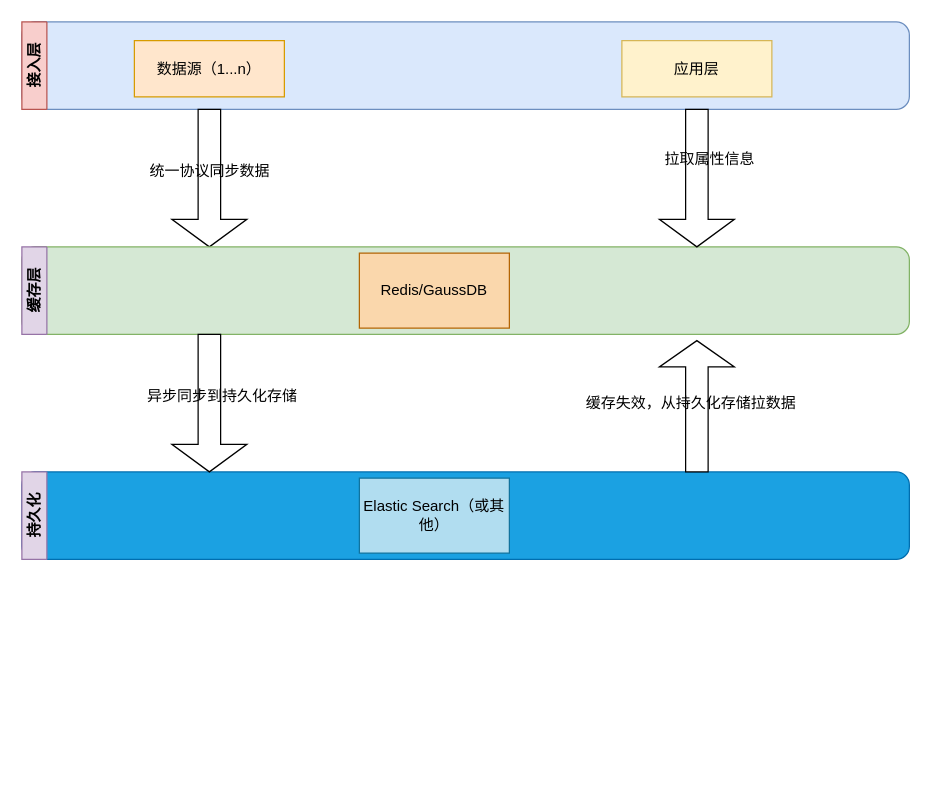
Earlier version of the draw.io diagram 未命名绘图.drawio (tianjiawei/draw). Source tidied: cells renumbered, new cells numbered last; positions are measured from the earlier drawing's top-left corner, leaving out a move shared by most shapes. Both pictures are drawn from the tidied source at 125%, with x=0, y=0 at pixel (21, 21).
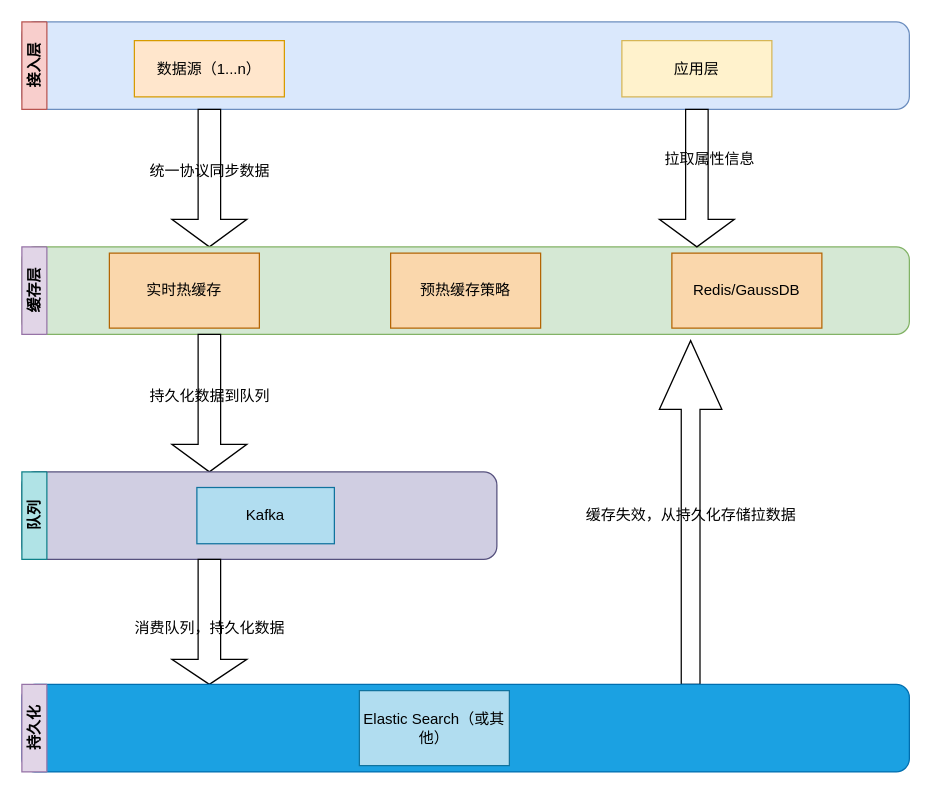
The same diagram, later.

Commit message:
属性中心总体架构图.drawio

Diff of the diagram source:
```diff
@@
-    <mxCell id="10" style="rounded=1;whiteSpace=wrap;html=1;fillColor=#1ba1e2;fontColor=#ffffff;strokeColor=#006EAF;" parent="1" vertex="1">
-      <mxGeometry y="360" width="710" height="70" as="geometry" />
-    </mxCell>
@@
-    <mxCell id="13" value="持久化" style="swimlane;horizontal=0;whiteSpace=wrap;html=1;fillColor=#e1d5e7;strokeColor=#9673a6;" parent="1" vertex="1">
-      <mxGeometry y="360" width="20" height="70" as="geometry" />
-    </mxCell>
@@
-    <mxCell id="15" value="异步同步到持久化存储" style="text;html=1;align=center;verticalAlign=middle;strokeColor=none;fillColor=none;" parent="1" vertex="1">
-      <mxGeometry x="90" y="285" width="140" height="30" as="geometry" />
+    <mxCell id="15" value="持久化数据到队列" style="text;html=1;align=center;verticalAlign=middle;strokeColor=none;fillColor=none;" parent="1" vertex="1">
+      <mxGeometry x="90" y="285" width="120" height="30" as="geometry" />
     </mxCell>
     <mxCell id="16" style="shape=singleArrow;direction=north;whiteSpace=wrap;html=1;" parent="1" vertex="1">
-      <mxGeometry x="510" y="255" width="60" height="105" as="geometry" />
+      <mxGeometry x="510" y="255" width="50" height="275" as="geometry" />
     </mxCell>
     <mxCell id="17" value="缓存失效，从持久化存储拉数据" style="text;html=1;align=center;verticalAlign=middle;strokeColor=none;fillColor=none;" parent="1" vertex="1">
-      <mxGeometry x="440" y="290" width="190" height="30" as="geometry" />
+      <mxGeometry x="440" y="380" width="190" height="30" as="geometry" />
     </mxCell>
     <mxCell id="18" value="Redis/GaussDB" style="rounded=0;whiteSpace=wrap;html=1;fillColor=#fad7ac;strokeColor=#b46504;" parent="1" vertex="1">
-      <mxGeometry x="270" y="185" width="120" height="60" as="geometry" />
+      <mxGeometry x="520" y="185" width="120" height="60" as="geometry" />
     </mxCell>
+    <mxCell id="20" value="实时热缓存" style="rounded=0;whiteSpace=wrap;html=1;fillColor=#fad7ac;strokeColor=#b46504;" parent="1" vertex="1">
+      <mxGeometry x="70" y="185" width="120" height="60" as="geometry" />
+    </mxCell>
+    <mxCell id="21" value="预热缓存策略" style="rounded=0;whiteSpace=wrap;html=1;fillColor=#fad7ac;strokeColor=#b46504;" parent="1" vertex="1">
+      <mxGeometry x="295" y="185" width="120" height="60" as="geometry" />
+    </mxCell>
+    <mxCell id="22" style="rounded=1;whiteSpace=wrap;html=1;fillColor=#d0cee2;strokeColor=#56517e;" parent="1" vertex="1">
+      <mxGeometry y="360" width="380" height="70" as="geometry" />
+    </mxCell>
+    <mxCell id="23" value="队列" style="swimlane;horizontal=0;whiteSpace=wrap;html=1;fillColor=#b0e3e6;strokeColor=#0e8088;" parent="1" vertex="1">
+      <mxGeometry y="360" width="20" height="70" as="geometry" />
+    </mxCell>
+    <mxCell id="24" value="Kafka" style="rounded=0;whiteSpace=wrap;html=1;fillColor=#b1ddf0;strokeColor=#10739e;" parent="1" vertex="1">
+      <mxGeometry x="140" y="372.5" width="110" height="45" as="geometry" />
+    </mxCell>
+    <mxCell id="25" style="shape=singleArrow;direction=south;whiteSpace=wrap;html=1;" parent="1" vertex="1">
+      <mxGeometry x="120" y="430" width="60" height="100" as="geometry" />
+    </mxCell>
+    <mxCell id="26" value="消费队列，持久化数据" style="text;html=1;align=center;verticalAlign=middle;strokeColor=none;fillColor=none;" parent="1" vertex="1">
+      <mxGeometry x="80" y="470" width="140" height="30" as="geometry" />
+    </mxCell>
+    <mxCell id="27" style="group;" parent="1" vertex="1">
+      <mxGeometry y="530" width="710" height="70" as="geometry" />
+    </mxCell>
+    <mxCell id="10" style="rounded=1;whiteSpace=wrap;html=1;fillColor=#1ba1e2;fontColor=#ffffff;strokeColor=#006EAF;" parent="27" vertex="1">
+      <mxGeometry width="710" height="70" as="geometry" />
+    </mxCell>
+    <mxCell id="13" value="持久化" style="swimlane;horizontal=0;whiteSpace=wrap;html=1;fillColor=#e1d5e7;strokeColor=#9673a6;" parent="27" vertex="1">
+      <mxGeometry width="20" height="70" as="geometry" />
+    </mxCell>
-    <mxCell id="19" value="Elastic Search（或其他）" style="rounded=0;whiteSpace=wrap;html=1;fillColor=#b1ddf0;strokeColor=#10739e;" parent="1" vertex="1">
-      <mxGeometry x="270" y="365" width="120" height="60" as="geometry" />
+    <mxCell id="19" value="Elastic Search（或其他）" style="rounded=0;whiteSpace=wrap;html=1;fillColor=#b1ddf0;strokeColor=#10739e;" parent="27" vertex="1">
+      <mxGeometry x="270" y="5" width="120" height="60" as="geometry" />
     </mxCell>
```
